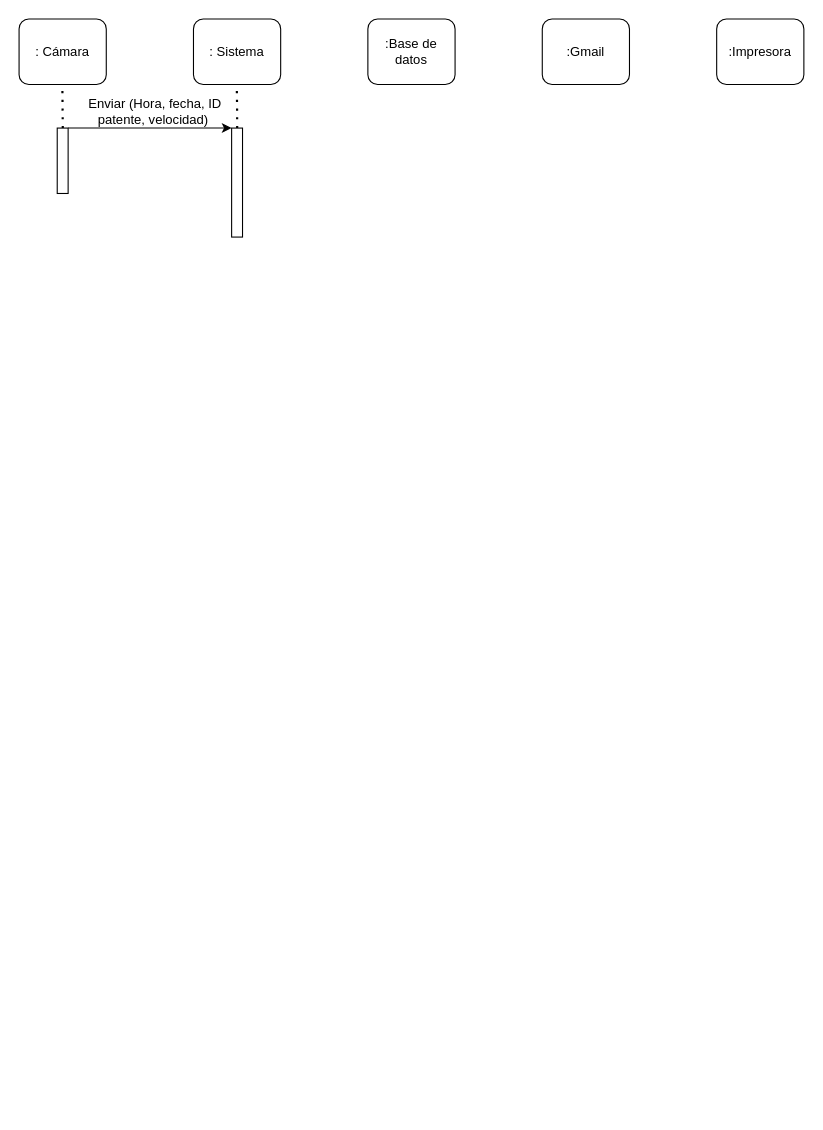
Before: diagrama/Diagrama sin título.drawio in miqueasgalvano1/izo-isw1-tpds, a draw.io diagram. Source tidied: cells renumbered, new cells numbered last; positions are measured from the earlier drawing's top-left corner, leaving out a move shared by most shapes. Both pictures are drawn from the tidied source at 109%, with x=0, y=0 at pixel (19, 19).
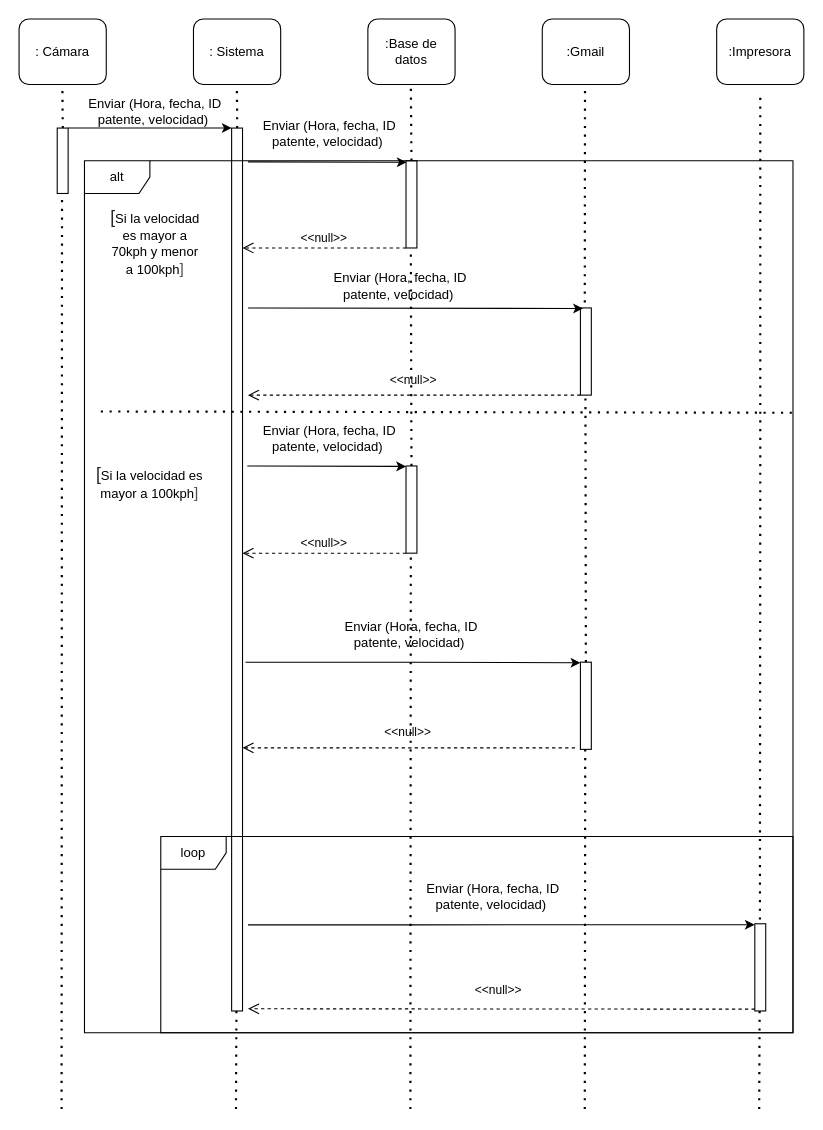
After the change.

The edit, as a diff of the source:
```diff
@@
     <mxCell id="8" style="rounded=0;whiteSpace=wrap;html=1;" parent="1" vertex="1">
-      <mxGeometry x="195" y="100" width="10" height="100" as="geometry" />
+      <mxGeometry x="195" y="100" width="10" height="810" as="geometry" />
     </mxCell>
@@
+    <mxCell id="13" style="html=1;points=[];perimeter=orthogonalPerimeter;" parent="1" vertex="1">
+      <mxGeometry x="355" y="130" width="10" height="80" as="geometry" />
+    </mxCell>
+    <mxCell id="14" value="Enviar (Hora, fecha, ID patente, velocidad)&amp;nbsp;" style="text;html=1;strokeColor=none;fillColor=none;align=center;verticalAlign=middle;whiteSpace=wrap;rounded=0;" parent="1" vertex="1">
+      <mxGeometry x="215" y="90" width="140" height="30" as="geometry" />
+    </mxCell>
+    <mxCell id="15" style="endArrow=classic;html=1;rounded=0;entryX=0.056;entryY=0.018;entryDx=0;entryDy=0;entryPerimeter=0;" parent="1" edge="1" target="13">
+      <mxGeometry relative="1" as="geometry">
+        <mxPoint x="210" y="131" as="sourcePoint" />
+      </mxGeometry>
+    </mxCell>
+    <mxCell id="16" value="&lt;span style=&quot;color: rgb(32, 33, 36); font-family: arial, sans-serif; font-size: 16px; text-align: left; background-color: rgb(255, 255, 255);&quot;&gt;[&lt;/span&gt;Si la velocidad es mayor a 70kph y menor a 100kph&lt;span style=&quot;color: rgb(77, 81, 86); font-family: arial, sans-serif; font-size: 14px; text-align: left; background-color: rgb(255, 255, 255);&quot;&gt;]&lt;/span&gt;" style="text;html=1;strokeColor=none;fillColor=none;align=center;verticalAlign=middle;whiteSpace=wrap;rounded=0;" parent="1" vertex="1">
+      <mxGeometry x="80" y="190" width="90" height="30" as="geometry" />
+    </mxCell>
+    <mxCell id="17" value="&lt;&lt;null&gt;&gt;" style="verticalAlign=bottom;endArrow=open;dashed=1;endSize=8;exitX=0;exitY=0.95;shadow=0;strokeWidth=1;" parent="1" edge="1">
+      <mxGeometry relative="1" as="geometry">
+        <mxPoint x="355" y="210" as="sourcePoint" />
+        <mxPoint x="205" y="210" as="targetPoint" />
+      </mxGeometry>
+    </mxCell>
+    <mxCell id="18" style="html=1;points=[];perimeter=orthogonalPerimeter;" parent="1" vertex="1">
+      <mxGeometry x="515" y="265" width="10" height="80" as="geometry" />
+    </mxCell>
+    <mxCell id="19" style="endArrow=classic;html=1;rounded=0;entryX=0.233;entryY=0.006;entryDx=0;entryDy=0;entryPerimeter=0;" parent="1" edge="1" target="18">
+      <mxGeometry relative="1" as="geometry">
+        <mxPoint x="210" y="265" as="sourcePoint" />
+      </mxGeometry>
+    </mxCell>
+    <mxCell id="20" value="Enviar (Hora, fecha, ID patente, velocidad)&amp;nbsp;" style="text;html=1;strokeColor=none;fillColor=none;align=center;verticalAlign=middle;whiteSpace=wrap;rounded=0;" parent="1" vertex="1">
+      <mxGeometry x="280" y="230" width="140" height="30" as="geometry" />
+    </mxCell>
+    <mxCell id="21" value="&lt;&lt;null&gt;&gt;" style="verticalAlign=bottom;endArrow=open;dashed=1;endSize=8;shadow=0;strokeWidth=1;" parent="1" edge="1">
+      <mxGeometry y="-5" relative="1" as="geometry">
+        <mxPoint x="515" y="345" as="sourcePoint" />
+        <mxPoint x="210" y="345" as="targetPoint" />
+        <Array as="points">
+          <mxPoint x="455" y="345" />
+        </Array>
+      </mxGeometry>
+    </mxCell>
+    <mxCell id="22" value="&lt;span style=&quot;color: rgb(32, 33, 36); font-family: arial, sans-serif; font-size: 16px; text-align: left; background-color: rgb(255, 255, 255);&quot;&gt;[&lt;/span&gt;Si la velocidad es mayor a 100kph&lt;span style=&quot;color: rgb(77, 81, 86); font-family: arial, sans-serif; font-size: 14px; text-align: left; background-color: rgb(255, 255, 255);&quot;&gt;]&lt;/span&gt;" style="text;html=1;strokeColor=none;fillColor=none;align=center;verticalAlign=middle;whiteSpace=wrap;rounded=0;" parent="1" vertex="1">
+      <mxGeometry x="70" y="410" width="100" height="30" as="geometry" />
+    </mxCell>
+    <mxCell id="23" style="text;html=1;align=center;verticalAlign=middle;strokeColor=none;fillColor=none;" parent="1" vertex="1">
+      <mxGeometry x="350" y="445" width="20" height="30" as="geometry" />
+    </mxCell>
+    <mxCell id="24" style="html=1;perimeter=orthogonalPerimeter;" parent="1" vertex="1">
+      <mxGeometry x="355" y="410" width="10" height="80" as="geometry" />
+    </mxCell>
+    <mxCell id="25" style="endArrow=classic;html=1;rounded=0;entryX=0.056;entryY=0.018;entryDx=0;entryDy=0;entryPerimeter=0;" parent="1" edge="1">
+      <mxGeometry relative="1" as="geometry">
+        <mxPoint x="209.4" y="410" as="sourcePoint" />
+        <mxPoint x="355" y="410.4" as="targetPoint" />
+      </mxGeometry>
+    </mxCell>
+    <mxCell id="26" value="Enviar (Hora, fecha, ID patente, velocidad)&amp;nbsp;" style="text;html=1;strokeColor=none;fillColor=none;align=center;verticalAlign=middle;whiteSpace=wrap;rounded=0;" parent="1" vertex="1">
+      <mxGeometry x="215" y="370" width="140" height="30" as="geometry" />
+    </mxCell>
+    <mxCell id="27" value="&lt;&lt;null&gt;&gt;" style="verticalAlign=bottom;endArrow=open;dashed=1;endSize=8;exitX=0;exitY=0.95;shadow=0;strokeWidth=1;" parent="1" edge="1">
+      <mxGeometry relative="1" as="geometry">
+        <mxPoint x="355" y="490" as="sourcePoint" />
+        <mxPoint x="205" y="490" as="targetPoint" />
+      </mxGeometry>
+    </mxCell>
+    <mxCell id="28" style="html=1;perimeter=orthogonalPerimeter;" parent="1" vertex="1">
+      <mxGeometry x="515" y="590" width="10" height="80" as="geometry" />
+    </mxCell>
+    <mxCell id="29" value="Enviar (Hora, fecha, ID patente, velocidad)&amp;nbsp;" style="text;html=1;strokeColor=none;fillColor=none;align=center;verticalAlign=middle;whiteSpace=wrap;rounded=0;" parent="1" vertex="1">
+      <mxGeometry x="290" y="550" width="140" height="30" as="geometry" />
+    </mxCell>
+    <mxCell id="30" style="endArrow=classic;html=1;rounded=0;entryX=0.233;entryY=0.006;entryDx=0;entryDy=0;entryPerimeter=0;" parent="1" edge="1">
+      <mxGeometry relative="1" as="geometry">
+        <mxPoint x="207.7" y="590" as="sourcePoint" />
+        <mxPoint x="515" y="590.5" as="targetPoint" />
+        <Array as="points">
+          <mxPoint x="357.7" y="590" />
+        </Array>
+      </mxGeometry>
+    </mxCell>
+    <mxCell id="31" value="&lt;&lt;null&gt;&gt;" style="verticalAlign=bottom;endArrow=open;dashed=1;endSize=8;shadow=0;strokeWidth=1;" parent="1" edge="1">
+      <mxGeometry y="-5" relative="1" as="geometry">
+        <mxPoint x="510" y="668.6" as="sourcePoint" />
+        <mxPoint x="205" y="668.6" as="targetPoint" />
+        <Array as="points">
+          <mxPoint x="450" y="668.6" />
+        </Array>
+      </mxGeometry>
+    </mxCell>
+    <mxCell id="32" value="Enviar (Hora, fecha, ID patente, velocidad)&amp;nbsp;" style="text;html=1;strokeColor=none;fillColor=none;align=center;verticalAlign=middle;whiteSpace=wrap;rounded=0;" parent="1" vertex="1">
+      <mxGeometry x="365" y="790" width="140" height="30" as="geometry" />
+    </mxCell>
+    <mxCell id="33" style="endArrow=classic;html=1;rounded=0;entryX=-0.013;entryY=0.011;entryDx=0;entryDy=0;entryPerimeter=0;" parent="1" edge="1" target="34">
+      <mxGeometry relative="1" as="geometry">
+        <mxPoint x="210" y="831" as="sourcePoint" />
+        <Array as="points">
+          <mxPoint x="360" y="831" />
+        </Array>
+      </mxGeometry>
+    </mxCell>
+    <mxCell id="34" style="html=1;points=[];perimeter=orthogonalPerimeter;" parent="1" vertex="1">
+      <mxGeometry x="675" y="830" width="10" height="80" as="geometry" />
+    </mxCell>
+    <mxCell id="35" value="&lt;&lt;null&gt;&gt;" style="verticalAlign=bottom;endArrow=open;dashed=1;endSize=8;shadow=0;strokeWidth=1;" parent="1" edge="1">
+      <mxGeometry x="0.01" y="-8" relative="1" as="geometry">
+        <mxPoint x="675" y="908.3" as="sourcePoint" />
+        <mxPoint x="210" y="908" as="targetPoint" />
+        <Array as="points">
+          <mxPoint x="615" y="908.3" />
+        </Array>
+      </mxGeometry>
+    </mxCell>
+    <mxCell id="36" style="endArrow=none;dashed=1;html=1;dashPattern=1 3;strokeWidth=2;rounded=0;exitX=0.467;exitY=-0.048;exitDx=0;exitDy=0;exitPerimeter=0;" parent="1" edge="1" source="34">
+      <mxGeometry relative="1" as="geometry">
+        <mxPoint x="680" y="70" as="targetPoint" />
+        <Array as="points">
+          <mxPoint x="680" y="410" />
+        </Array>
+      </mxGeometry>
+    </mxCell>
+    <mxCell id="37" style="endArrow=none;dashed=1;html=1;dashPattern=1 3;strokeWidth=2;rounded=0;" parent="1" edge="1">
+      <mxGeometry relative="1" as="geometry">
+        <mxPoint x="519" y="260" as="sourcePoint" />
+        <mxPoint x="519.2" y="60" as="targetPoint" />
+      </mxGeometry>
+    </mxCell>
+    <mxCell id="38" style="endArrow=none;dashed=1;html=1;dashPattern=1 3;strokeWidth=2;rounded=0;" parent="1" edge="1">
+      <mxGeometry relative="1" as="geometry">
+        <mxPoint x="520" y="590" as="sourcePoint" />
+        <mxPoint x="519.6" y="345" as="targetPoint" />
+      </mxGeometry>
+    </mxCell>
+    <mxCell id="39" style="endArrow=none;dashed=1;html=1;dashPattern=1 3;strokeWidth=2;rounded=0;" parent="1" edge="1">
+      <mxGeometry relative="1" as="geometry">
+        <mxPoint x="519" y="1000" as="sourcePoint" />
+        <mxPoint x="519.4" y="670" as="targetPoint" />
+      </mxGeometry>
+    </mxCell>
+    <mxCell id="40" style="endArrow=none;dashed=1;html=1;dashPattern=1 3;strokeWidth=2;rounded=0;" parent="1" edge="1">
+      <mxGeometry relative="1" as="geometry">
+        <mxPoint x="360" y="130" as="sourcePoint" />
+        <mxPoint x="359.4" y="60" as="targetPoint" />
+      </mxGeometry>
+    </mxCell>
+    <mxCell id="41" style="endArrow=none;dashed=1;html=1;dashPattern=1 3;strokeWidth=2;rounded=0;" parent="1" edge="1">
+      <mxGeometry relative="1" as="geometry">
+        <mxPoint x="360" y="410" as="sourcePoint" />
+        <mxPoint x="359.4" y="210" as="targetPoint" />
+      </mxGeometry>
+    </mxCell>
+    <mxCell id="42" style="endArrow=none;dashed=1;html=1;dashPattern=1 3;strokeWidth=2;rounded=0;" parent="1" edge="1">
+      <mxGeometry relative="1" as="geometry">
+        <mxPoint x="359" y="1000" as="sourcePoint" />
+        <mxPoint x="359.4" y="490" as="targetPoint" />
+      </mxGeometry>
+    </mxCell>
+    <mxCell id="43" style="endArrow=none;dashed=1;html=1;dashPattern=1 3;strokeWidth=2;rounded=0;" parent="1" edge="1">
+      <mxGeometry relative="1" as="geometry">
+        <mxPoint x="679" y="1000" as="sourcePoint" />
+        <mxPoint x="679.4" y="910" as="targetPoint" />
+      </mxGeometry>
+    </mxCell>
+    <mxCell id="44" style="endArrow=none;dashed=1;html=1;dashPattern=1 3;strokeWidth=2;rounded=0;" parent="1" edge="1">
+      <mxGeometry relative="1" as="geometry">
+        <mxPoint x="199" y="1000" as="sourcePoint" />
+        <mxPoint x="199.4" y="910" as="targetPoint" />
+      </mxGeometry>
+    </mxCell>
+    <mxCell id="45" style="endArrow=none;dashed=1;html=1;dashPattern=1 3;strokeWidth=2;rounded=0;" parent="1" edge="1">
+      <mxGeometry relative="1" as="geometry">
+        <mxPoint x="39" y="1000" as="sourcePoint" />
+        <mxPoint x="39.4" y="160" as="targetPoint" />
+      </mxGeometry>
+    </mxCell>
+    <mxCell id="46" style="endArrow=none;dashed=1;html=1;dashPattern=1 3;strokeWidth=2;rounded=0;" parent="1" edge="1">
+      <mxGeometry relative="1" as="geometry">
+        <mxPoint x="70" y="360" as="sourcePoint" />
+        <mxPoint x="70" y="360" as="targetPoint" />
+      </mxGeometry>
+    </mxCell>
+    <mxCell id="47" style="endArrow=none;dashed=1;html=1;dashPattern=1 3;strokeWidth=2;rounded=0;" parent="1" edge="1">
+      <mxGeometry relative="1" as="geometry">
+        <mxPoint x="710" y="390" as="sourcePoint" />
+        <mxPoint x="710" y="390" as="targetPoint" />
+      </mxGeometry>
+    </mxCell>
+    <mxCell id="48" style="endArrow=none;dashed=1;html=1;dashPattern=1 3;strokeWidth=2;rounded=0;entryX=1.001;entryY=0.289;entryDx=0;entryDy=0;entryPerimeter=0;" parent="1" edge="1">
+      <mxGeometry relative="1" as="geometry">
+        <mxPoint x="75" y="360" as="sourcePoint" />
+        <mxPoint x="710.6" y="361.2" as="targetPoint" />
+      </mxGeometry>
+    </mxCell>
+    <mxCell id="49" value="loop" style="shape=umlFrame;whiteSpace=wrap;html=1;" parent="1" vertex="1">
+      <mxGeometry x="130" y="750" width="580" height="180" as="geometry" />
+    </mxCell>
+    <mxCell id="50" value="alt" style="shape=umlFrame;whiteSpace=wrap;html=1;" parent="1" vertex="1">
+      <mxGeometry x="60" y="130" width="650" height="800" as="geometry" />
+    </mxCell>
```
